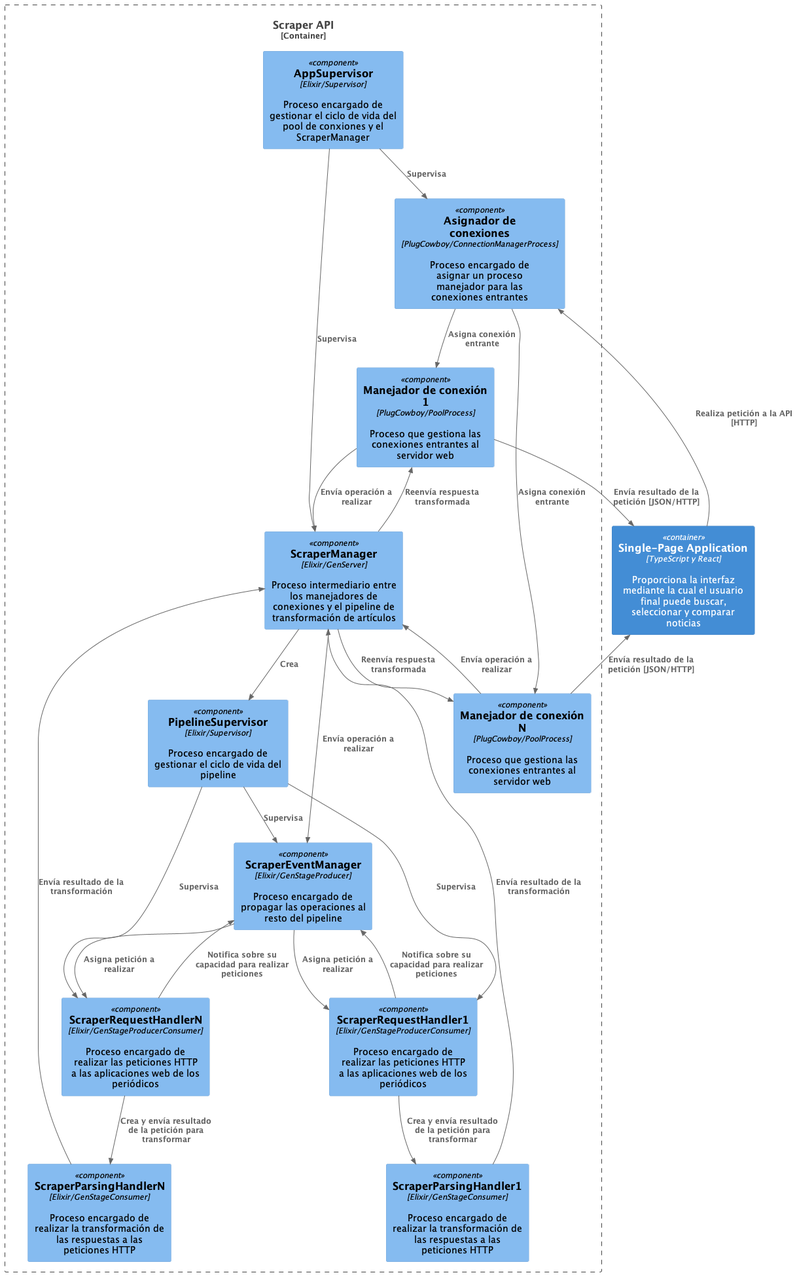
Above: docs/diagrams/out/component/c4_component.png in afsanchez1/contrast_app (PlantUML), before the change. Its diagram source:
```plantuml
@startuml system_context
!include <C4/C4_Component>

Container(WebApp, "Single-Page Application", "TypeScript y React", "Proporciona la interfaz mediante la cual el usuario final puede buscar, seleccionar y comparar noticias")
Container_Boundary(SysBound, "Scraper API") {
  Component(AppSupervisor, "AppSupervisor", "Elixir/Supervisor", "Proceso encargado de gestionar el ciclo de vida del pool de conxiones y el ScraperManager")
  Component(ConnectionManager, "Asignador de conexiones", "PlugCowboy/ConnectionManagerProcess", "Proceso encargado de asignar un proceso manejador para las conexiones entrantes")
  Component(ConnProc1, "Manejador de conexión 1", "PlugCowboy/PoolProcess","Proceso que gestiona las conexiones entrantes al servidor web")
  Component(ConnProc2, "Manejador de conexión N", "PlugCowboy/PoolProcess","Proceso que gestiona las conexiones entrantes al servidor web")
  Component(ScraperManager, "ScraperManager", "Elixir/GenServer", "Proceso intermediario entre los manejadores de conexiones y el pipeline de transformación de artículos")
  Component(PipelineSupervisor, "PipelineSupervisor", "Elixir/Supervisor", "Proceso encargado de gestionar el ciclo de vida del pipeline")
  Component(ScraperEventManager, "ScraperEventManager", "Elixir/GenStageProducer", "Proceso encargado de propagar las operaciones al resto del pipeline")
  Component(ScraperRequestHandler1, "ScraperRequestHandler1", "Elixir/GenStageProducerConsumer", "Proceso encargado de realizar las peticiones HTTP a las aplicaciones web de los periódicos")
  Component(ScraperRequestHandlerN, "ScraperRequestHandlerN", "Elixir/GenStageProducerConsumer", "Proceso encargado de realizar las peticiones HTTP a las aplicaciones web de los periódicos")
  Component(ScraperParsingHandler1, "ScraperParsingHandler1", "Elixir/GenStageConsumer", "Proceso encargado de realizar la transformación de las respuestas a las peticiones HTTP")
  Component(ScraperParsingHandlerN, "ScraperParsingHandlerN", "Elixir/GenStageConsumer", "Proceso encargado de realizar la transformación de las respuestas a las peticiones HTTP")
}
Rel(AppSupervisor, ConnectionManager, "Supervisa")
Rel(AppSupervisor, ScraperManager, "Supervisa")
Rel(ConnectionManager, ConnProc1, "Asigna conexión entrante")
Rel(ConnectionManager, ConnProc2, "Asigna conexión entrante")
Rel(ConnProc1, ScraperManager, "Envía operación a realizar")
Rel(ConnProc2, ScraperManager, "Envía operación a realizar")
Rel(ScraperManager, ConnProc1, "Reenvía respuesta transformada")
Rel(ScraperManager, ConnProc2, "Reenvía respuesta transformada")
Rel(ScraperManager, PipelineSupervisor, "Crea")
Rel(PipelineSupervisor, ScraperEventManager, "Supervisa")
Rel(PipelineSupervisor, ScraperRequestHandler1, "Supervisa")
Rel(PipelineSupervisor, ScraperRequestHandlerN, "Supervisa")
Rel(ScraperManager, ScraperEventManager, "Envía operación a realizar")
Rel(ScraperEventManager, ScraperRequestHandler1, "Asigna petición a realizar")
Rel(ScraperEventManager, ScraperRequestHandlerN, "Asigna petición a realizar")
Rel(ScraperRequestHandler1, ScraperEventManager, "Notifica sobre su capacidad para realizar peticiones")
Rel(ScraperRequestHandlerN, ScraperEventManager, "Notifica sobre su capacidad para realizar peticiones")
Rel(ScraperRequestHandler1, ScraperParsingHandler1, "Crea y envía resultado de la petición para transformar")
Rel(ScraperRequestHandlerN, ScraperParsingHandlerN, "Crea y envía resultado de la petición para transformar")
Rel(ScraperParsingHandler1, ScraperManager, "Envía resultado de la transformación")
Rel(ScraperParsingHandlerN, ScraperManager, "Envía resultado de la transformación")
Rel(WebApp, ConnectionManager, "Realiza petición a la API [HTTP]")
Rel(ConnProc1, WebApp, "Envía resultado de la petición [JSON/HTTP]")
Rel(ConnProc2, WebApp, "Envía resultado de la petición [JSON/HTTP]")
@enduml
```
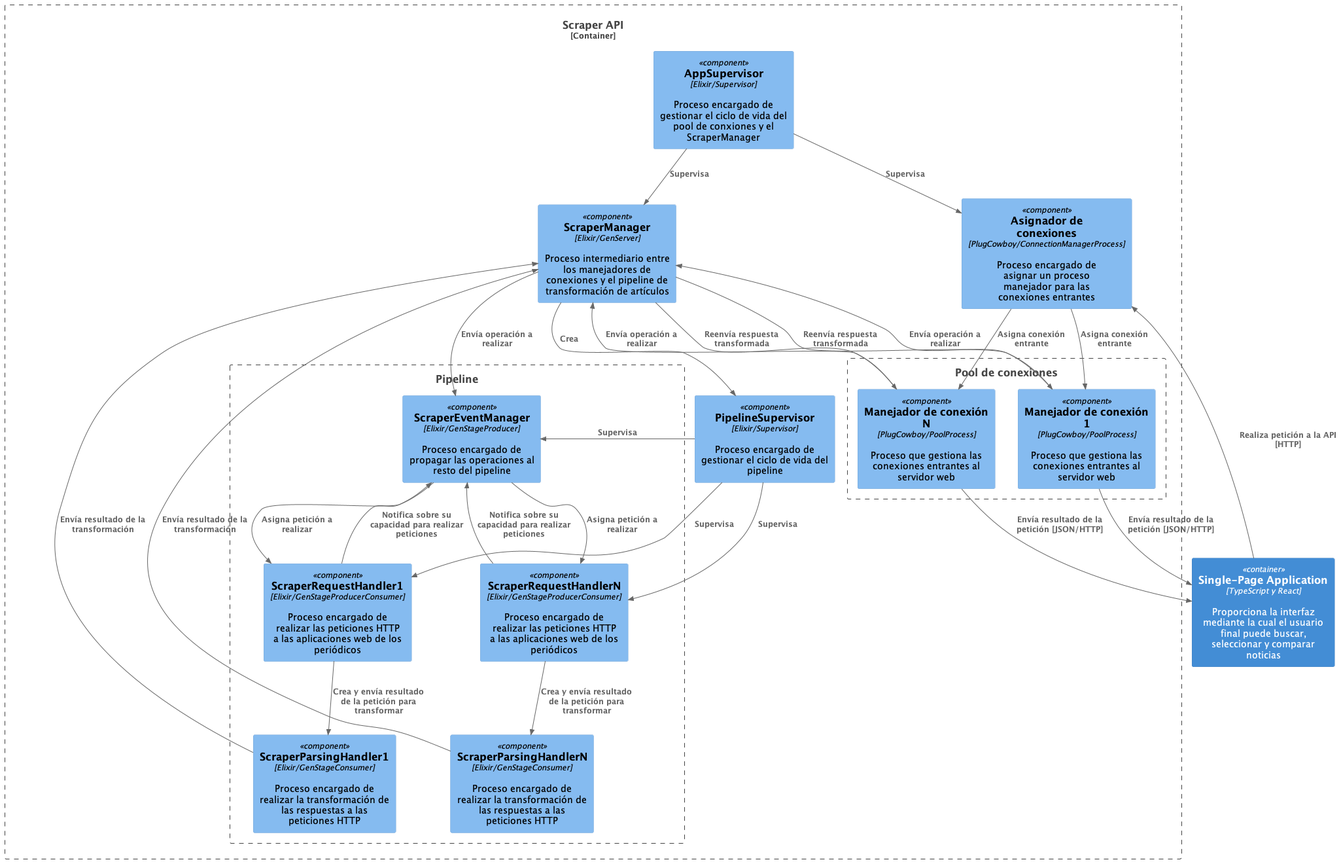
After the commit.

Diff of the diagram source:
```diff
@@ -5,15 +5,19 @@
 Container_Boundary(SysBound, "Scraper API") {
   Component(AppSupervisor, "AppSupervisor", "Elixir/Supervisor", "Proceso encargado de gestionar el ciclo de vida del pool de conxiones y el ScraperManager")
   Component(ConnectionManager, "Asignador de conexiones", "PlugCowboy/ConnectionManagerProcess", "Proceso encargado de asignar un proceso manejador para las conexiones entrantes")
-  Component(ConnProc1, "Manejador de conexión 1", "PlugCowboy/PoolProcess","Proceso que gestiona las conexiones entrantes al servidor web")
-  Component(ConnProc2, "Manejador de conexión N", "PlugCowboy/PoolProcess","Proceso que gestiona las conexiones entrantes al servidor web")
+  Boundary(ConnectionPool, "Pool de conexiones") {
+    Component(ConnProc1, "Manejador de conexión 1", "PlugCowboy/PoolProcess","Proceso que gestiona las conexiones entrantes al servidor web")
+    Component(ConnProc2, "Manejador de conexión N", "PlugCowboy/PoolProcess","Proceso que gestiona las conexiones entrantes al servidor web")
+  }
   Component(ScraperManager, "ScraperManager", "Elixir/GenServer", "Proceso intermediario entre los manejadores de conexiones y el pipeline de transformación de artículos")
   Component(PipelineSupervisor, "PipelineSupervisor", "Elixir/Supervisor", "Proceso encargado de gestionar el ciclo de vida del pipeline")
-  Component(ScraperEventManager, "ScraperEventManager", "Elixir/GenStageProducer", "Proceso encargado de propagar las operaciones al resto del pipeline")
-  Component(ScraperRequestHandler1, "ScraperRequestHandler1", "Elixir/GenStageProducerConsumer", "Proceso encargado de realizar las peticiones HTTP a las aplicaciones web de los periódicos")
-  Component(ScraperRequestHandlerN, "ScraperRequestHandlerN", "Elixir/GenStageProducerConsumer", "Proceso encargado de realizar las peticiones HTTP a las aplicaciones web de los periódicos")
-  Component(ScraperParsingHandler1, "ScraperParsingHandler1", "Elixir/GenStageConsumer", "Proceso encargado de realizar la transformación de las respuestas a las peticiones HTTP")
-  Component(ScraperParsingHandlerN, "ScraperParsingHandlerN", "Elixir/GenStageConsumer", "Proceso encargado de realizar la transformación de las respuestas a las peticiones HTTP")
+  Boundary(PipelineBound, "Pipeline"){
+    Component(ScraperEventManager, "ScraperEventManager", "Elixir/GenStageProducer", "Proceso encargado de propagar las operaciones al resto del pipeline")
+    Component(ScraperRequestHandler1, "ScraperRequestHandler1", "Elixir/GenStageProducerConsumer", "Proceso encargado de realizar las peticiones HTTP a las aplicaciones web de los periódicos")
+    Component(ScraperRequestHandlerN, "ScraperRequestHandlerN", "Elixir/GenStageProducerConsumer", "Proceso encargado de realizar las peticiones HTTP a las aplicaciones web de los periódicos")
+    Component(ScraperParsingHandler1, "ScraperParsingHandler1", "Elixir/GenStageConsumer", "Proceso encargado de realizar la transformación de las respuestas a las peticiones HTTP")
+    Component(ScraperParsingHandlerN, "ScraperParsingHandlerN", "Elixir/GenStageConsumer", "Proceso encargado de realizar la transformación de las respuestas a las peticiones HTTP")
+  }
 }
 Rel(AppSupervisor, ConnectionManager, "Supervisa")
 Rel(AppSupervisor, ScraperManager, "Supervisa")
```
